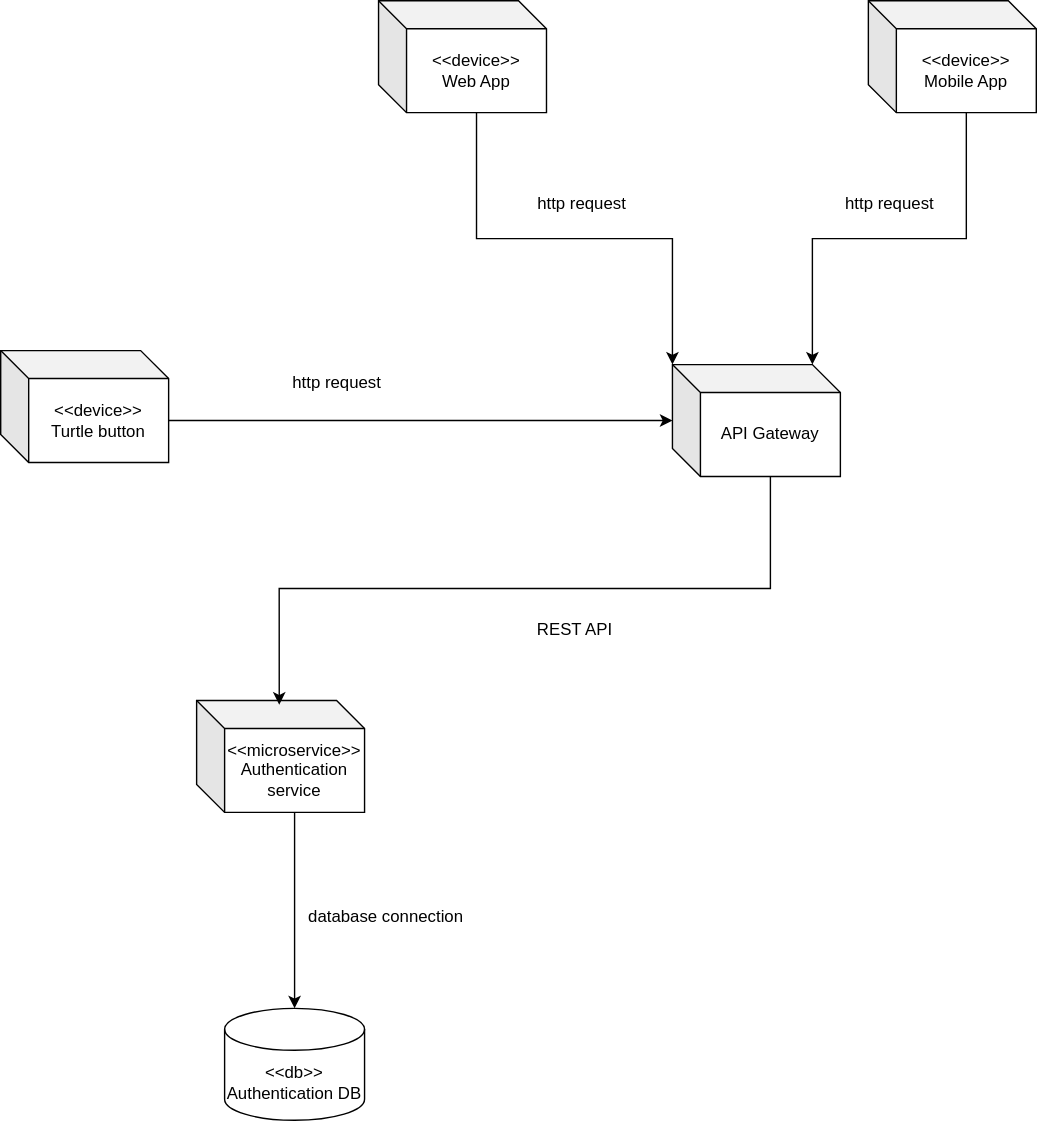
The draw.io diagram Documentation/Design/SoftwareArchitecture.drawio.svg in r0jbY/uvjb, before a commit. Source tidied: cells renumbered, new cells last; positions are measured from the earlier drawing's top-left corner, leaving out a move shared by most shapes. Its diagram source:
```xml
<mxGraphModel>
  <root>
    <mxCell id="0" />
    <mxCell id="1" parent="0" />
    <mxCell id="2" value="&amp;lt;&amp;lt;device&amp;gt;&amp;gt;&lt;div&gt;Web App&lt;/div&gt;" style="shape=cube;whiteSpace=wrap;html=1;boundedLbl=1;backgroundOutline=1;darkOpacity=0.05;darkOpacity2=0.1;" parent="1" vertex="1">
      <mxGeometry x="270" width="120" height="80" as="geometry" />
    </mxCell>
    <mxCell id="3" value="&amp;lt;&amp;lt;device&amp;gt;&amp;gt;&lt;div&gt;Mobile App&lt;/div&gt;" style="shape=cube;whiteSpace=wrap;html=1;boundedLbl=1;backgroundOutline=1;darkOpacity=0.05;darkOpacity2=0.1;" parent="1" vertex="1">
      <mxGeometry x="620" width="120" height="80" as="geometry" />
    </mxCell>
    <mxCell id="4" style="edgeStyle=orthogonalEdgeStyle;rounded=0;jettySize=auto;html=1;exitX=0;exitY=0;exitDx=120;exitDy=50;exitPerimeter=0;" parent="1" edge="1" source="5" target="6">
      <mxGeometry relative="1" as="geometry" />
    </mxCell>
    <mxCell id="5" value="&amp;lt;&amp;lt;device&amp;gt;&amp;gt;&lt;div&gt;Turtle button&lt;/div&gt;" style="shape=cube;whiteSpace=wrap;html=1;boundedLbl=1;backgroundOutline=1;darkOpacity=0.05;darkOpacity2=0.1;" parent="1" vertex="1">
      <mxGeometry y="250" width="120" height="80" as="geometry" />
    </mxCell>
    <mxCell id="6" value="API Gateway" style="shape=cube;whiteSpace=wrap;html=1;boundedLbl=1;backgroundOutline=1;darkOpacity=0.05;darkOpacity2=0.1;" parent="1" vertex="1">
      <mxGeometry x="480" y="260" width="120" height="80" as="geometry" />
    </mxCell>
    <mxCell id="7" style="edgeStyle=orthogonalEdgeStyle;rounded=0;jettySize=auto;html=1;exitX=0;exitY=0;exitDx=70;exitDy=80;exitPerimeter=0;entryX=0;entryY=0;entryDx=0;entryDy=0;entryPerimeter=0;" parent="1" edge="1" source="2" target="6">
      <mxGeometry relative="1" as="geometry" />
    </mxCell>
    <mxCell id="8" style="edgeStyle=orthogonalEdgeStyle;rounded=0;jettySize=auto;html=1;exitX=0;exitY=0;exitDx=70;exitDy=80;exitPerimeter=0;entryX=0;entryY=0;entryDx=100;entryDy=0;entryPerimeter=0;" parent="1" edge="1" source="3" target="6">
      <mxGeometry relative="1" as="geometry" />
    </mxCell>
    <mxCell id="9" value="&amp;lt;&amp;lt;microservice&amp;gt;&amp;gt;&lt;div&gt;Authentication service&lt;/div&gt;" style="shape=cube;whiteSpace=wrap;html=1;boundedLbl=1;backgroundOutline=1;darkOpacity=0.05;darkOpacity2=0.1;" parent="1" vertex="1">
      <mxGeometry x="140" y="500" width="120" height="80" as="geometry" />
    </mxCell>
    <mxCell id="10" style="edgeStyle=orthogonalEdgeStyle;rounded=0;jettySize=auto;html=1;exitX=0;exitY=0;exitDx=70;exitDy=80;exitPerimeter=0;entryX=0.492;entryY=0.038;entryDx=0;entryDy=0;entryPerimeter=0;" parent="1" edge="1" source="6" target="9">
      <mxGeometry relative="1" as="geometry" />
    </mxCell>
    <mxCell id="11" value="&amp;lt;&amp;lt;db&amp;gt;&amp;gt;&lt;div&gt;Authentication DB&lt;/div&gt;" style="shape=cylinder3;whiteSpace=wrap;html=1;boundedLbl=1;backgroundOutline=1;size=15;" parent="1" vertex="1">
      <mxGeometry x="160" y="720" width="100" height="80" as="geometry" />
    </mxCell>
    <mxCell id="12" style="edgeStyle=orthogonalEdgeStyle;rounded=0;jettySize=auto;html=1;exitX=0;exitY=0;exitDx=70;exitDy=80;exitPerimeter=0;entryX=0.5;entryY=0;entryDx=0;entryDy=0;entryPerimeter=0;" parent="1" edge="1" source="9" target="11">
      <mxGeometry relative="1" as="geometry" />
    </mxCell>
    <mxCell id="13" value="database connection" style="text;html=1;align=center;verticalAlign=middle;strokeColor=none;fillColor=none;" parent="1" vertex="1">
      <mxGeometry x="210" y="640" width="130" height="30" as="geometry" />
    </mxCell>
    <mxCell id="14" value="http request" style="text;html=1;align=center;verticalAlign=middle;strokeColor=none;fillColor=none;" parent="1" vertex="1">
      <mxGeometry x="195" y="258" width="90" height="30" as="geometry" />
    </mxCell>
    <mxCell id="15" value="http request" style="text;html=1;align=center;verticalAlign=middle;strokeColor=none;fillColor=none;" parent="1" vertex="1">
      <mxGeometry x="370" y="130" width="90" height="30" as="geometry" />
    </mxCell>
    <mxCell id="16" value="http request" style="text;html=1;align=center;verticalAlign=middle;strokeColor=none;fillColor=none;" parent="1" vertex="1">
      <mxGeometry x="590" y="130" width="90" height="30" as="geometry" />
    </mxCell>
    <mxCell id="17" value="REST API" style="text;html=1;align=center;verticalAlign=middle;strokeColor=none;fillColor=none;" parent="1" vertex="1">
      <mxGeometry x="370" y="435" width="80" height="30" as="geometry" />
    </mxCell>
  </root>
</mxGraphModel>
```
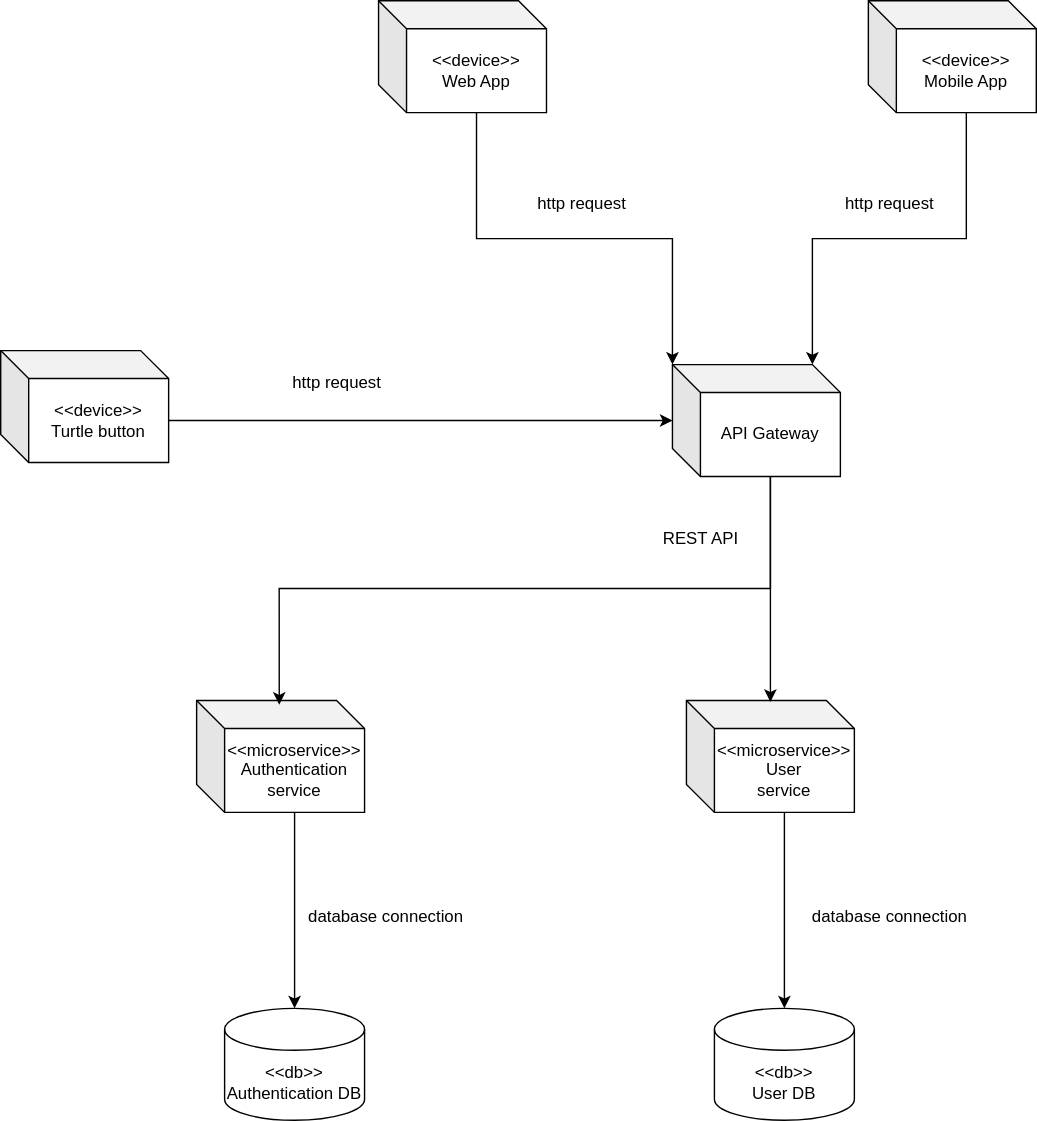
Above is the later version.

What changed in the source:
```diff
@@ -48,7 +48,22 @@
       <mxGeometry x="590" y="130" width="90" height="30" as="geometry" />
     </mxCell>
     <mxCell id="17" value="REST API" style="text;html=1;align=center;verticalAlign=middle;strokeColor=none;fillColor=none;" parent="1" vertex="1">
-      <mxGeometry x="370" y="435" width="80" height="30" as="geometry" />
+      <mxGeometry x="460" y="370" width="80" height="30" as="geometry" />
     </mxCell>
+    <mxCell id="18" value="&amp;lt;&amp;lt;microservice&amp;gt;&amp;gt;&lt;div&gt;User&lt;/div&gt;&lt;div&gt;service&lt;/div&gt;" style="shape=cube;whiteSpace=wrap;html=1;boundedLbl=1;backgroundOutline=1;darkOpacity=0.05;darkOpacity2=0.1;" parent="1" vertex="1">
+      <mxGeometry x="490" y="500" width="120" height="80" as="geometry" />
+    </mxCell>
+    <mxCell id="19" value="&amp;lt;&amp;lt;db&amp;gt;&amp;gt;&lt;div&gt;User&amp;nbsp;&lt;span style=&quot;background-color: transparent; color: light-dark(rgb(0, 0, 0), rgb(255, 255, 255));&quot;&gt;DB&lt;/span&gt;&lt;/div&gt;" style="shape=cylinder3;whiteSpace=wrap;html=1;boundedLbl=1;backgroundOutline=1;size=15;" parent="1" vertex="1">
+      <mxGeometry x="510" y="720" width="100" height="80" as="geometry" />
+    </mxCell>
+    <mxCell id="20" style="edgeStyle=orthogonalEdgeStyle;rounded=0;jettySize=auto;html=1;exitX=0;exitY=0;exitDx=70;exitDy=80;exitPerimeter=0;entryX=0.5;entryY=0;entryDx=0;entryDy=0;entryPerimeter=0;" parent="1" edge="1" source="18" target="19">
+      <mxGeometry relative="1" as="geometry" />
+    </mxCell>
+    <mxCell id="21" value="database connection" style="text;html=1;align=center;verticalAlign=middle;strokeColor=none;fillColor=none;" parent="1" vertex="1">
+      <mxGeometry x="570" y="640" width="130" height="30" as="geometry" />
+    </mxCell>
+    <mxCell id="22" style="edgeStyle=orthogonalEdgeStyle;rounded=0;jettySize=auto;html=1;exitX=0;exitY=0;exitDx=70;exitDy=80;exitPerimeter=0;entryX=0.5;entryY=0.013;entryDx=0;entryDy=0;entryPerimeter=0;" parent="1" edge="1" source="6" target="18">
+      <mxGeometry relative="1" as="geometry" />
+    </mxCell>
   </root>
 </mxGraphModel>
```
